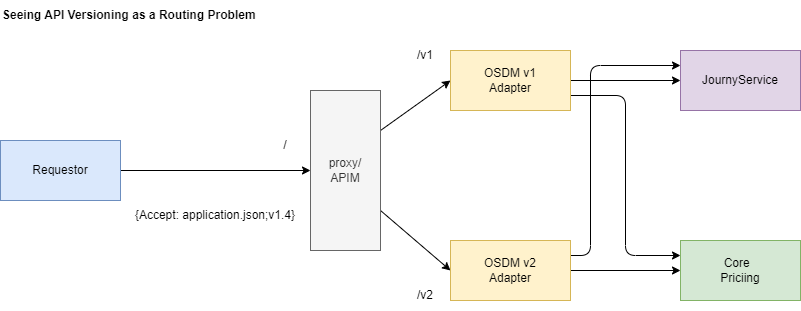
The draw.io diagram images/deployment/deployment-best-practice.png in UnionInternationalCheminsdeFer/OSDM, before a commit. Source tidied: cells renumbered, new cells last; positions are measured from the earlier drawing's top-left corner, leaving out a move shared by most shapes.
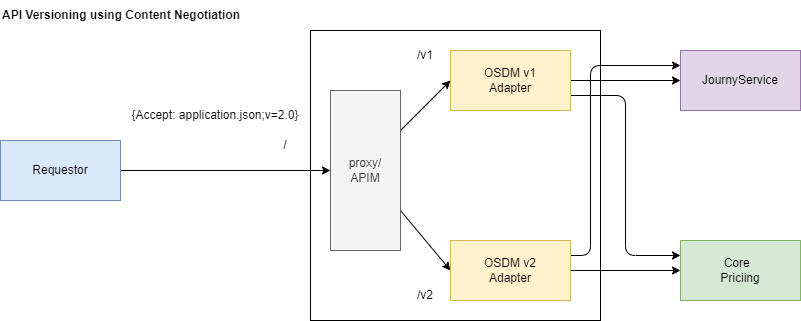
The same diagram one commit later.

Commit message:
versioning via content negotiation

The edit, as a diff of the source:
```diff
@@ -2,6 +2,9 @@
   <root>
     <mxCell id="0" />
     <mxCell id="1" parent="0" />
+    <mxCell id="20" style="rounded=0;whiteSpace=wrap;html=1;" parent="1" vertex="1">
+      <mxGeometry x="310" y="30" width="290" height="290" as="geometry" />
+    </mxCell>
     <mxCell id="2" style="rounded=0;jettySize=auto;html=1;entryX=0;entryY=0.5;entryDx=0;entryDy=0;exitX=1;exitY=0.75;exitDx=0;exitDy=0;" parent="1" edge="1" source="4" target="7">
       <mxGeometry relative="1" as="geometry" />
     </mxCell>
@@ -9,7 +12,7 @@
       <mxGeometry relative="1" as="geometry" />
     </mxCell>
     <mxCell id="4" value="proxy/&lt;br&gt;APIM" style="rounded=0;whiteSpace=wrap;html=1;fillColor=#f5f5f5;fontColor=#333333;strokeColor=#666666;" parent="1" vertex="1">
-      <mxGeometry x="310" y="90" width="70" height="160" as="geometry" />
+      <mxGeometry x="330" y="90" width="70" height="160" as="geometry" />
     </mxCell>
     <mxCell id="5" style="edgeStyle=orthogonalEdgeStyle;rounded=1;jettySize=auto;html=1;entryX=0;entryY=0.5;entryDx=0;entryDy=0;" parent="1" edge="1" source="7" target="15">
       <mxGeometry relative="1" as="geometry" />
@@ -54,14 +57,14 @@
     <mxCell id="16" value="/" style="text;html=1;strokeColor=none;fillColor=none;align=center;verticalAlign=middle;whiteSpace=wrap;rounded=0;" parent="1" vertex="1">
       <mxGeometry x="270" y="130" width="30" height="30" as="geometry" />
     </mxCell>
-    <mxCell id="17" value="{Accept: application.json;v1.4}" style="text;html=1;strokeColor=none;fillColor=none;align=center;verticalAlign=middle;whiteSpace=wrap;rounded=0;" parent="1" vertex="1">
-      <mxGeometry x="130" y="200" width="170" height="30" as="geometry" />
+    <mxCell id="17" value="{Accept: application.json;v=2.0}" style="text;html=1;strokeColor=none;fillColor=none;align=center;verticalAlign=middle;whiteSpace=wrap;rounded=0;" parent="1" vertex="1">
+      <mxGeometry x="130" y="100" width="170" height="30" as="geometry" />
     </mxCell>
     <mxCell id="18" value="JournyService" style="rounded=0;whiteSpace=wrap;html=1;fillColor=#e1d5e7;strokeColor=#9673a6;" parent="1" vertex="1">
       <mxGeometry x="680" y="50" width="120" height="60" as="geometry" />
     </mxCell>
-    <mxCell id="19" value="&lt;b&gt;Seeing API Versioning as a Routing Problem&lt;/b&gt;" style="text;html=1;strokeColor=none;fillColor=none;align=left;verticalAlign=middle;whiteSpace=wrap;rounded=0;" parent="1" vertex="1">
-      <mxGeometry width="280" height="30" as="geometry" />
+    <mxCell id="19" value="&lt;b&gt;API Versioning using Content Negotiation&lt;/b&gt;" style="text;html=1;strokeColor=none;fillColor=none;align=left;verticalAlign=middle;whiteSpace=wrap;rounded=0;" parent="1" vertex="1">
+      <mxGeometry width="250" height="30" as="geometry" />
     </mxCell>
   </root>
 </mxGraphModel>
```
